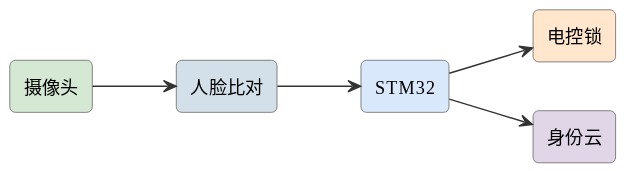
mingyi0818/IntelligentMcuCourse keeps this PlantUML diagram as assets/diagrams/ideas-fig82.svg. Above is the earlier version.
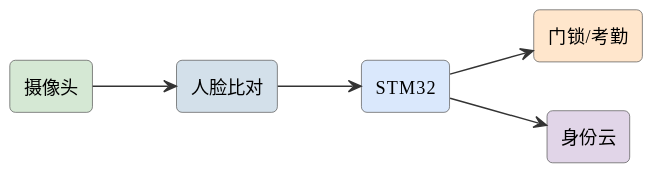
The same file after the commit.

Change to the diagram source:
```diff
@@ -9,7 +9,7 @@
 rectangle "摄像头" as cam #d5e8d4
 rectangle "人脸比对" as face #d3e0ea
 rectangle "STM32" as stm #dae8fc
-rectangle "电控锁" as lock #ffe6cc
+rectangle "门锁/考勤" as lock #ffe6cc
 rectangle "身份云" as cloud #e1d5e8
 cam --> face
 face --> stm
```
